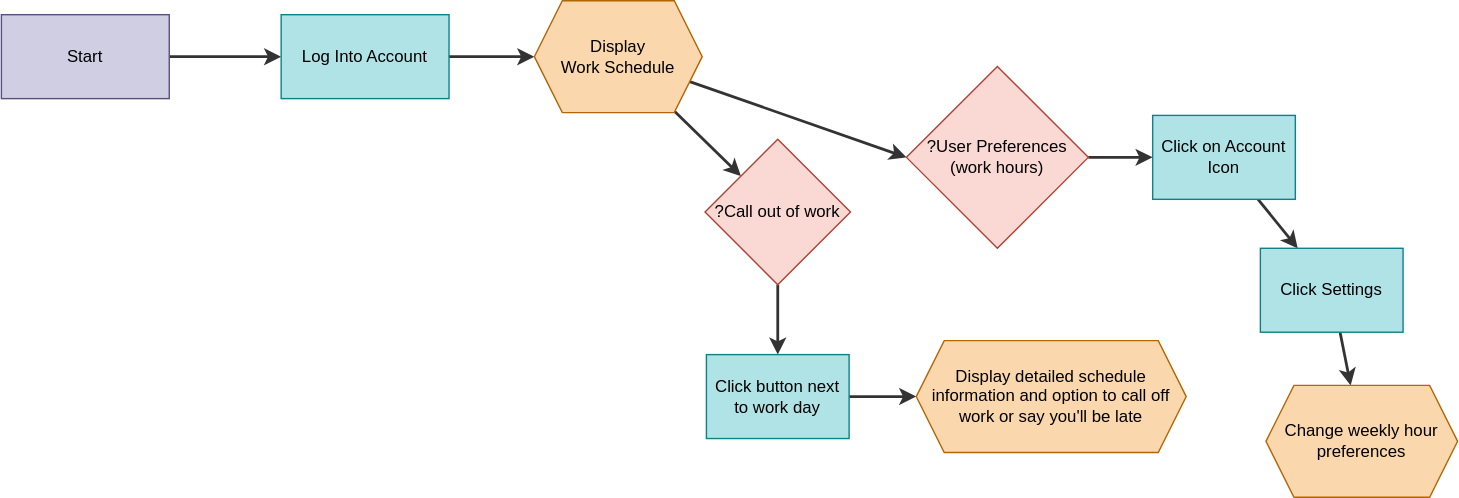
Before: applicationflow.drawio.svg, a diagram exported from draw.io (TheRyanMajd/CrewSync-userflow). Source tidied: cells renumbered, new cells last; positions are measured from the earlier drawing's top-left corner, leaving out a move shared by most shapes.
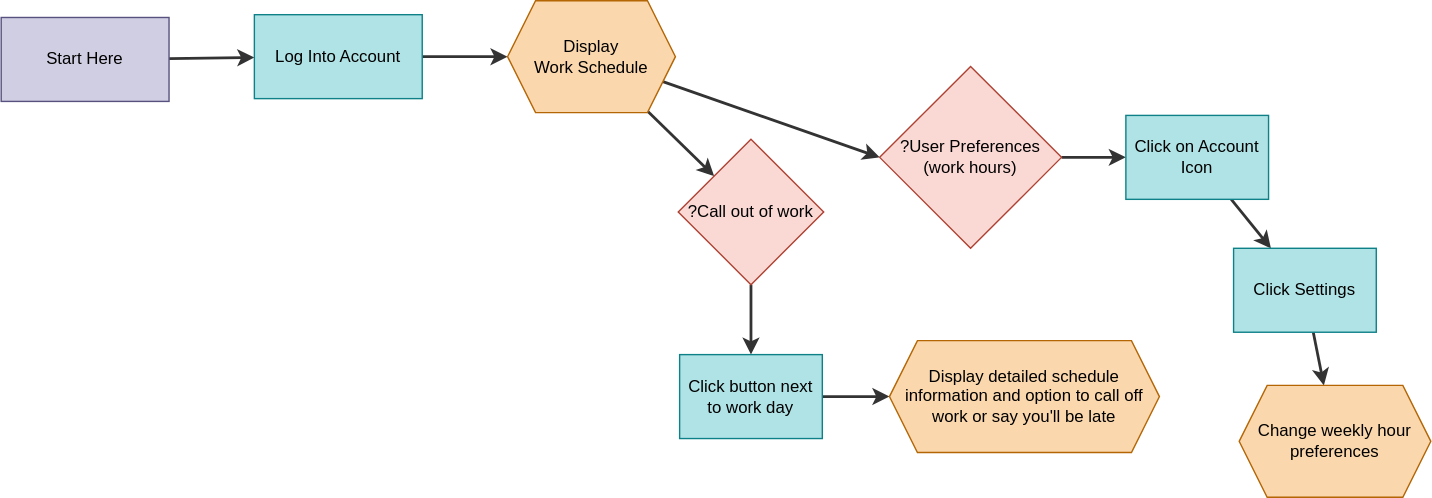
Above is the later version.

The edit, as a diff of the source:
```diff
@@ -5,8 +5,8 @@
     <mxCell id="2" style="edgeStyle=none;html=1;fontColor=#000000;strokeWidth=2;strokeColor=#333333;" parent="1" edge="1" source="3" target="5">
       <mxGeometry relative="1" as="geometry" />
     </mxCell>
-    <mxCell id="3" value="&lt;font color=&quot;#000000&quot;&gt;Start&lt;/font&gt;" style="rounded=0;whiteSpace=wrap;html=1;fillColor=#d0cee2;strokeColor=#56517e;" parent="1" vertex="1">
-      <mxGeometry y="10" width="120" height="60" as="geometry" />
+    <mxCell id="3" value="&lt;font color=&quot;#000000&quot;&gt;Start Here&lt;/font&gt;" style="rounded=0;whiteSpace=wrap;html=1;fillColor=#d0cee2;strokeColor=#56517e;" parent="1" vertex="1">
+      <mxGeometry x="19" y="12" width="120" height="60" as="geometry" />
     </mxCell>
     <mxCell id="4" style="edgeStyle=none;html=1;entryX=0;entryY=0.5;entryDx=0;entryDy=0;fontColor=#000000;strokeWidth=2;strokeColor=#333333;" parent="1" edge="1" source="5" target="8">
       <mxGeometry relative="1" as="geometry" />
```
